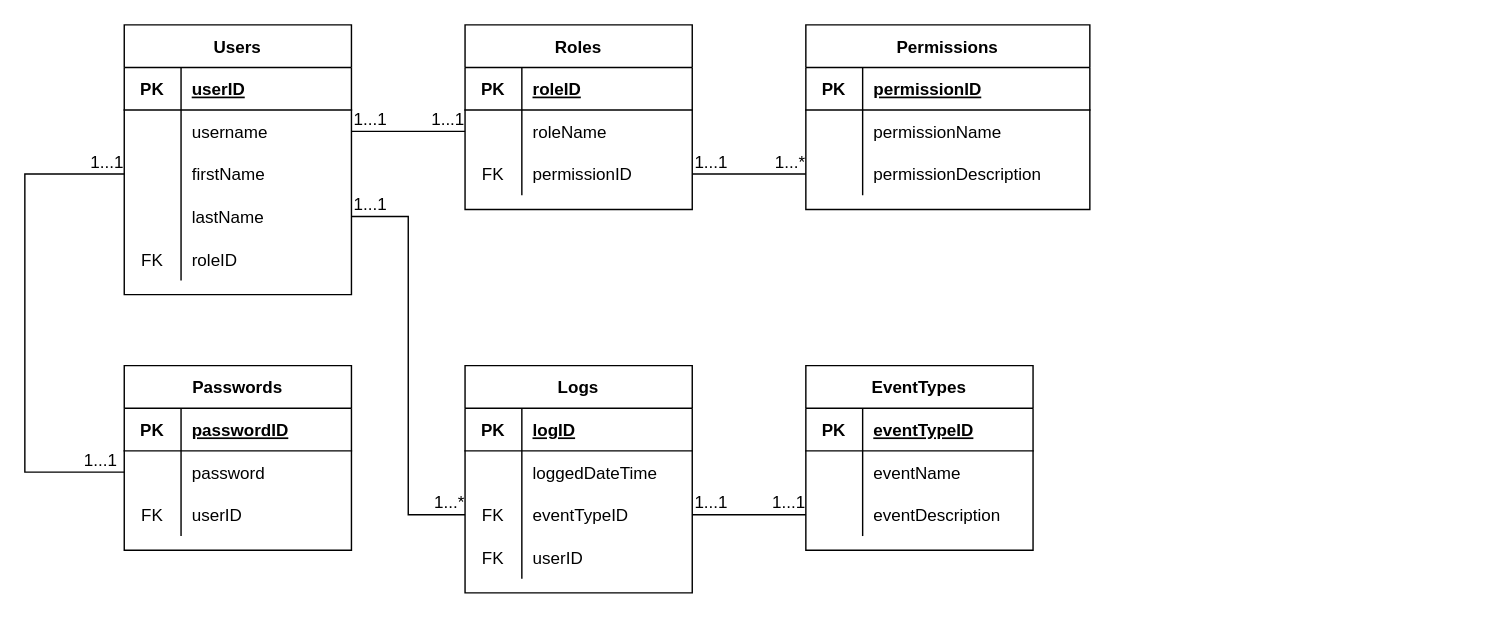
The draw.io diagram Authentication Module/Authentication Database UML.drawio in CherylTSW/Managing-Software-Projects, before the edit. Source tidied: cells renumbered, new cells numbered last; positions are measured from the earlier drawing's top-left corner, leaving out a move shared by most shapes. Both pictures are drawn from the tidied source at 142%, with x=0, y=0 at pixel (24, 24).
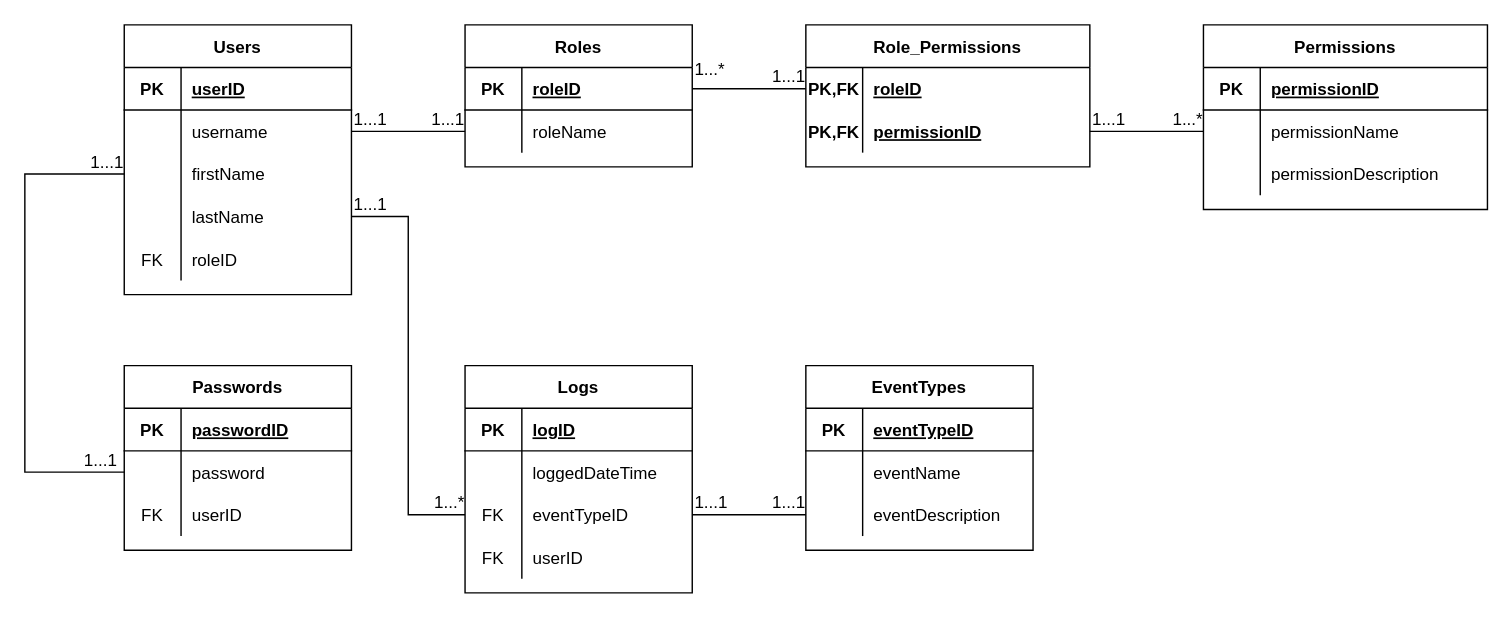
Above is the later version.

Commit message (it also covers changes not shown here):
Updated authentication DB design and MySQL creation

The change refers to these unchanged cells:
```xml
<mxCell id="19" style="shape=partialRectangle;fillColor=none;top=0;left=0;bottom=1;right=0;points=[[0,0.5],[1,0.5]];portConstraint=eastwest;" parent="18" vertex="1">
  <mxGeometry y="30" width="160" height="30" as="geometry" />
</mxCell>
```

What changed in the source:
```diff
@@
     <mxCell id="18" value="Roles" style="shape=table;startSize=30;childLayout=tableLayout;rowLines=0;fontStyle=1;align=center;" parent="1" vertex="1">
-      <mxGeometry x="310" width="160" height="130" as="geometry" />
+      <mxGeometry x="310" width="160" height="100" as="geometry" />
     </mxCell>
@@
-    <mxCell id="25" style="shape=partialRectangle;fillColor=none;top=0;left=0;bottom=0;right=0;points=[[0,0.5],[1,0.5]];portConstraint=eastwest;" parent="18" vertex="1">
-      <mxGeometry y="90" width="160" height="30" as="geometry" />
-    </mxCell>
-    <mxCell id="26" value="FK" style="shape=partialRectangle;fillColor=none;top=0;left=0;bottom=0;right=0;overflow=hidden;" parent="25" vertex="1">
-      <mxGeometry width="40" height="30" as="geometry" />
-    </mxCell>
-    <mxCell id="27" value="permissionID" style="shape=partialRectangle;fillColor=none;top=0;left=0;bottom=0;right=0;align=left;spacingLeft=6;overflow=hidden;" parent="25" vertex="1">
-      <mxGeometry x="40" width="120" height="30" as="geometry" />
-    </mxCell>
-    <mxCell id="28" style="endArrow=none;html=1;rounded=0;exitX=1;exitY=0.5;exitDx=0;exitDy=0;entryX=0;entryY=0.5;entryDx=0;entryDy=0;" parent="1" edge="1" source="25" target="38">
+    <mxCell id="28" style="endArrow=none;html=1;rounded=0;exitX=1;exitY=0.5;exitDx=0;exitDy=0;entryX=0;entryY=0.5;entryDx=0;entryDy=0;" parent="1" edge="1" source="19" target="35">
       <mxGeometry relative="1" as="geometry" />
     </mxCell>
-    <mxCell id="29" value="1...1" style="html=1;align=left;verticalAlign=bottom;" parent="28" vertex="1">
-      <mxGeometry x="-1" relative="1" as="geometry" />
+    <mxCell id="29" value="1...*" style="html=1;align=left;verticalAlign=bottom;" parent="28" vertex="1">
+      <mxGeometry x="-1" relative="1" as="geometry">
+        <mxPoint y="-5" as="offset" />
+      </mxGeometry>
     </mxCell>
-    <mxCell id="30" value="1...*" style="html=1;align=right;verticalAlign=bottom;" parent="28" vertex="1">
+    <mxCell id="30" value="1...1" style="html=1;align=right;verticalAlign=bottom;" parent="28" vertex="1">
       <mxGeometry x="1" relative="1" as="geometry" />
     </mxCell>
-    <mxCell id="31" value="Permissions" style="shape=table;startSize=30;childLayout=tableLayout;rowLines=0;fontStyle=1;align=center;" parent="1" vertex="1">
-      <mxGeometry x="550" width="200" height="130" as="geometry" />
-    </mxCell>
-    <mxCell id="32" style="shape=partialRectangle;fillColor=none;top=0;left=0;bottom=1;right=0;" parent="31" vertex="1">
-      <mxGeometry y="30" width="200" height="30" as="geometry" />
-    </mxCell>
-    <mxCell id="33" value="PK" style="shape=partialRectangle;fillColor=none;top=0;left=0;bottom=0;right=0;fontStyle=1;overflow=hidden;" parent="32" vertex="1">
-      <mxGeometry width="40" height="30" as="geometry" />
-    </mxCell>
-    <mxCell id="34" value="permissionID" style="shape=partialRectangle;fillColor=none;top=0;left=0;bottom=0;right=0;align=left;spacingLeft=6;fontStyle=5;overflow=hidden;" parent="32" vertex="1">
-      <mxGeometry x="40" width="160" height="30" as="geometry" />
-    </mxCell>
-    <mxCell id="35" style="shape=partialRectangle;fillColor=none;top=0;left=0;bottom=0;right=0;points=[[0,0.5],[1,0.5]];portConstraint=eastwest;" parent="31" vertex="1">
-      <mxGeometry y="60" width="200" height="30" as="geometry" />
-    </mxCell>
-    <mxCell id="36" style="shape=partialRectangle;fillColor=none;top=0;left=0;bottom=0;right=0;overflow=hidden;" parent="35" vertex="1">
-      <mxGeometry width="40" height="30" as="geometry" />
-    </mxCell>
-    <mxCell id="37" value="permissionName" style="shape=partialRectangle;fillColor=none;top=0;left=0;bottom=0;right=0;align=left;spacingLeft=6;overflow=hidden;" parent="35" vertex="1">
-      <mxGeometry x="40" width="160" height="30" as="geometry" />
-    </mxCell>
-    <mxCell id="38" style="shape=partialRectangle;fillColor=none;top=0;left=0;bottom=0;right=0;points=[[0,0.5],[1,0.5]];portConstraint=eastwest;" parent="31" vertex="1">
-      <mxGeometry y="90" width="200" height="30" as="geometry" />
-    </mxCell>
-    <mxCell id="39" style="shape=partialRectangle;fillColor=none;top=0;left=0;bottom=0;right=0;overflow=hidden;" parent="38" vertex="1">
-      <mxGeometry width="40" height="30" as="geometry" />
-    </mxCell>
-    <mxCell id="40" value="permissionDescription" style="shape=partialRectangle;fillColor=none;top=0;left=0;bottom=0;right=0;align=left;spacingLeft=6;overflow=hidden;" parent="38" vertex="1">
-      <mxGeometry x="40" width="160" height="30" as="geometry" />
-    </mxCell>
@@
+    <mxCell id="31" value="Role_Permissions" style="shape=table;startSize=30;childLayout=tableLayout;rowLines=0;fontStyle=1;align=center;" parent="1" vertex="1">
+      <mxGeometry x="550" width="200" height="100" as="geometry" />
+    </mxCell>
+    <mxCell id="35" style="shape=partialRectangle;fillColor=none;top=0;left=0;bottom=0;right=0;points=[[0,0.5],[1,0.5]];portConstraint=eastwest;" parent="31" vertex="1">
+      <mxGeometry y="30" width="200" height="30" as="geometry" />
+    </mxCell>
+    <mxCell id="36" value="PK,FK" style="shape=partialRectangle;fillColor=none;top=0;left=0;bottom=0;right=0;overflow=hidden;fontStyle=1;" parent="35" vertex="1">
+      <mxGeometry width="40" height="30" as="geometry" />
+    </mxCell>
+    <mxCell id="37" value="roleID" style="shape=partialRectangle;fillColor=none;top=0;left=0;bottom=0;right=0;align=left;spacingLeft=6;overflow=hidden;fontStyle=5;" parent="35" vertex="1">
+      <mxGeometry x="40" width="160" height="30" as="geometry" />
+    </mxCell>
+    <mxCell id="38" style="shape=partialRectangle;fillColor=none;top=0;left=0;bottom=0;right=0;points=[[0,0.5],[1,0.5]];portConstraint=eastwest;" parent="31" vertex="1">
+      <mxGeometry y="60" width="200" height="30" as="geometry" />
+    </mxCell>
+    <mxCell id="39" value="PK,FK" style="shape=partialRectangle;fillColor=none;top=0;left=0;bottom=0;right=0;overflow=hidden;fontStyle=1;" parent="38" vertex="1">
+      <mxGeometry width="40" height="30" as="geometry" />
+    </mxCell>
+    <mxCell id="40" value="permissionID" style="shape=partialRectangle;fillColor=none;top=0;left=0;bottom=0;right=0;align=left;spacingLeft=6;overflow=hidden;fontStyle=5;" parent="38" vertex="1">
+      <mxGeometry x="40" width="160" height="30" as="geometry" />
+    </mxCell>
@@
+    <mxCell id="86" value="Permissions" style="shape=table;startSize=30;childLayout=tableLayout;rowLines=0;fontStyle=1;align=center;" parent="1" vertex="1">
+      <mxGeometry x="830" width="200" height="130" as="geometry" />
+    </mxCell>
+    <mxCell id="32" style="shape=partialRectangle;fillColor=none;top=0;left=0;bottom=1;right=0;" parent="86" vertex="1">
+      <mxGeometry y="30" width="200" height="30" as="geometry" />
+    </mxCell>
+    <mxCell id="33" value="PK" style="shape=partialRectangle;fillColor=none;top=0;left=0;bottom=0;right=0;fontStyle=1;overflow=hidden;" parent="32" vertex="1">
+      <mxGeometry width="40" height="30" as="geometry" />
+    </mxCell>
+    <mxCell id="34" value="permissionID" style="shape=partialRectangle;fillColor=none;top=0;left=0;bottom=0;right=0;align=left;spacingLeft=6;fontStyle=5;overflow=hidden;" parent="32" vertex="1">
+      <mxGeometry x="40" width="160" height="30" as="geometry" />
+    </mxCell>
+    <mxCell id="87" style="shape=partialRectangle;fillColor=none;top=0;left=0;bottom=0;right=0;points=[[0,0.5],[1,0.5]];portConstraint=eastwest;" parent="86" vertex="1">
+      <mxGeometry y="60" width="200" height="30" as="geometry" />
+    </mxCell>
+    <mxCell id="88" style="shape=partialRectangle;fillColor=none;top=0;left=0;bottom=0;right=0;overflow=hidden;" parent="87" vertex="1">
+      <mxGeometry width="40" height="30" as="geometry" />
+    </mxCell>
+    <mxCell id="89" value="permissionName" style="shape=partialRectangle;fillColor=none;top=0;left=0;bottom=0;right=0;align=left;spacingLeft=6;overflow=hidden;" parent="87" vertex="1">
+      <mxGeometry x="40" width="160" height="30" as="geometry" />
+    </mxCell>
+    <mxCell id="90" style="shape=partialRectangle;fillColor=none;top=0;left=0;bottom=0;right=0;" parent="86" vertex="1">
+      <mxGeometry y="90" width="200" height="30" as="geometry" />
+    </mxCell>
+    <mxCell id="91" style="shape=partialRectangle;fillColor=none;top=0;left=0;bottom=0;right=0;overflow=hidden;" parent="90" vertex="1">
+      <mxGeometry width="40" height="30" as="geometry" />
+    </mxCell>
+    <mxCell id="92" value="permissionDescription" style="shape=partialRectangle;fillColor=none;top=0;left=0;bottom=0;right=0;align=left;spacingLeft=6;overflow=hidden;" parent="90" vertex="1">
+      <mxGeometry x="40" width="160" height="30" as="geometry" />
+    </mxCell>
+    <mxCell id="93" style="endArrow=none;html=1;rounded=0;exitX=1;exitY=0.5;exitDx=0;exitDy=0;entryX=0;entryY=0.5;entryDx=0;entryDy=0;" parent="1" edge="1" source="38" target="87">
+      <mxGeometry relative="1" as="geometry" />
+    </mxCell>
+    <mxCell id="94" value="1...1" style="html=1;align=left;verticalAlign=bottom;" parent="93" vertex="1">
+      <mxGeometry x="-1" relative="1" as="geometry" />
+    </mxCell>
+    <mxCell id="95" value="1...*" style="html=1;align=right;verticalAlign=bottom;" parent="93" vertex="1">
+      <mxGeometry x="1" relative="1" as="geometry" />
+    </mxCell>
```
